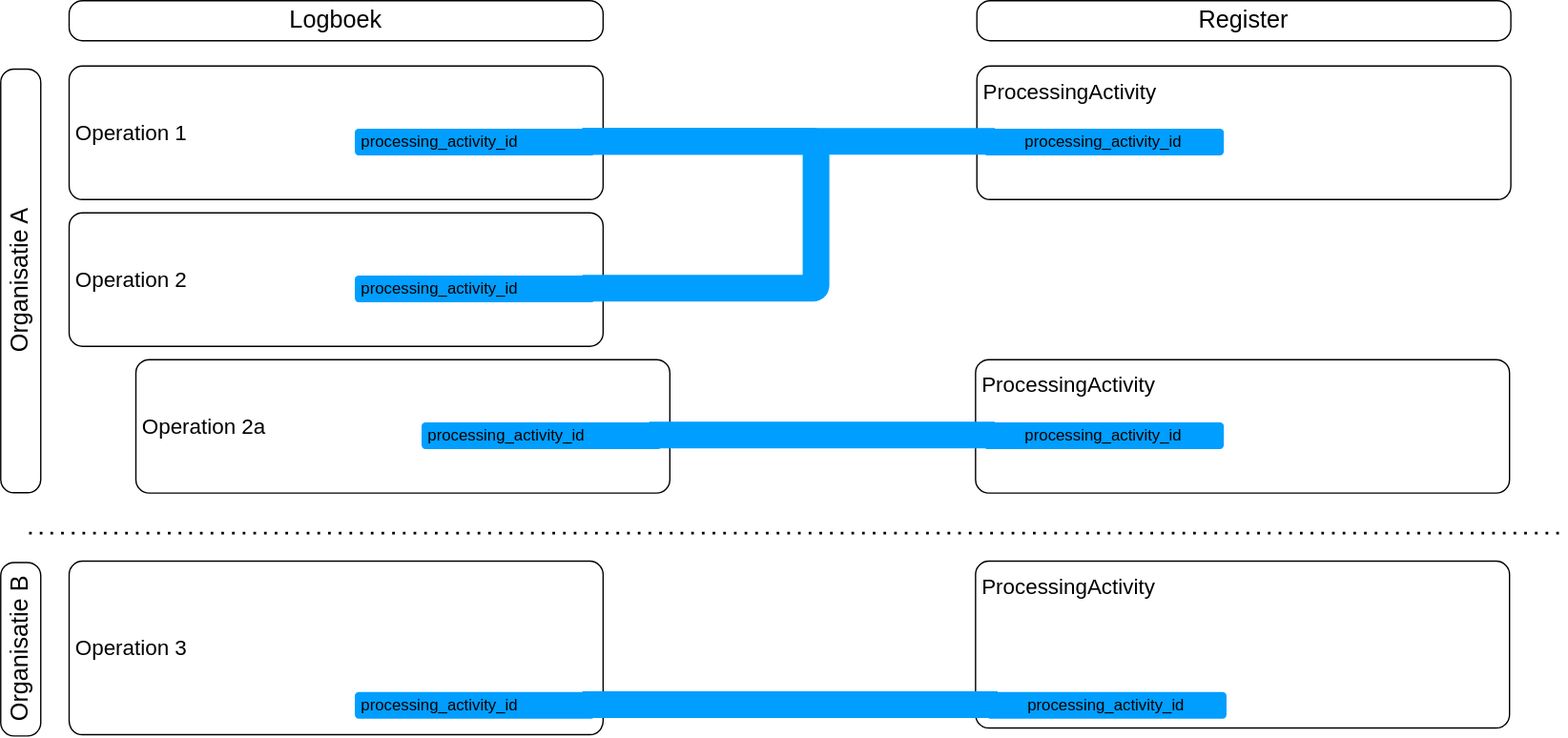
Earlier version of the draw.io export media/relatie_logboekelementen_afbeelding4.svg (Logius-standaarden/logboek-dataverwerkingen-inleiding). Source tidied: cells renumbered, new cells last; positions are measured from the earlier drawing's top-left corner, leaving out a move shared by most shapes.
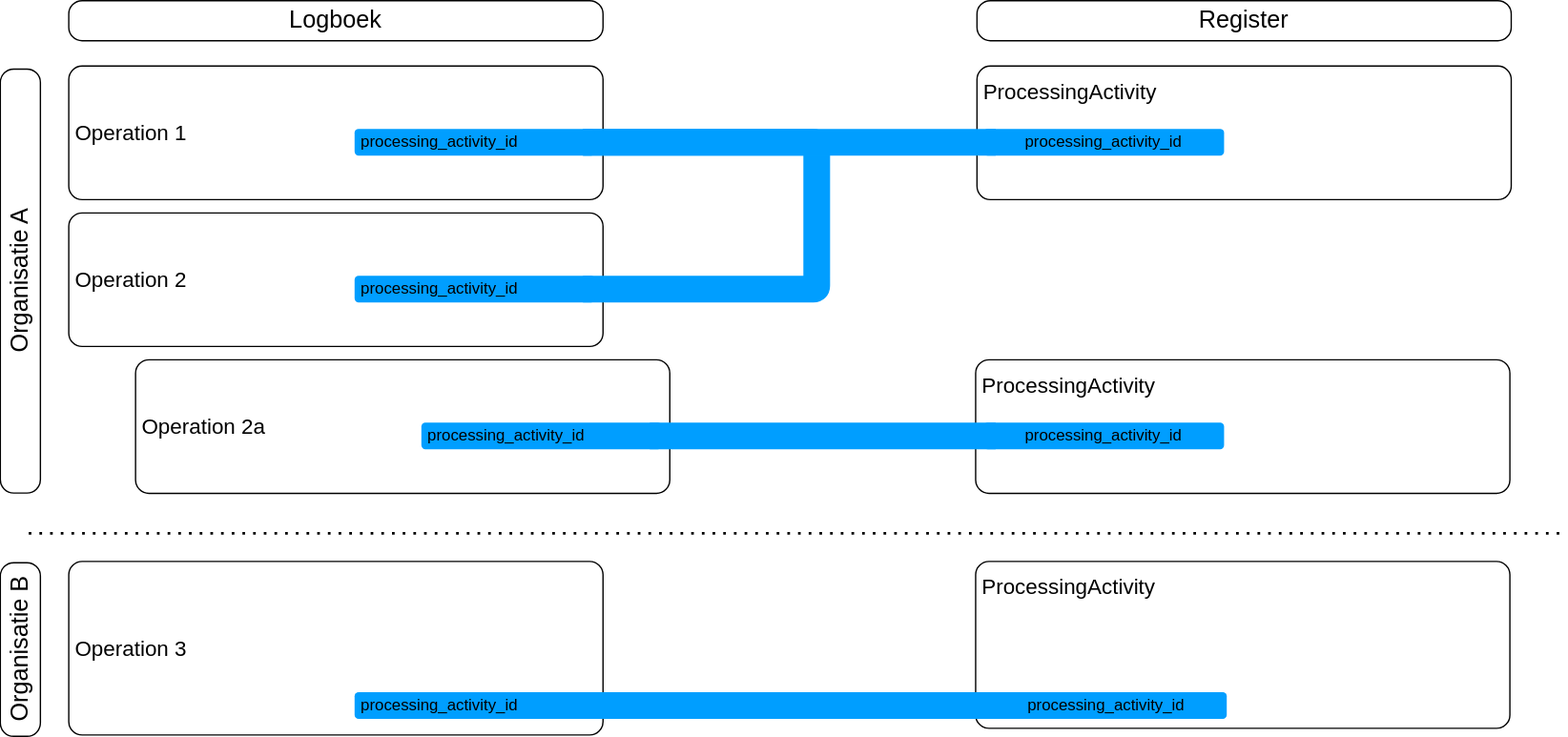
After the change.

The edit, as a diff of the source:
```diff
@@ -1,82 +1,82 @@
-<mxGraphModel>
+<mxGraphModel background="#ffffff">
   <root>
-    <mxCell id="0" />
-    <mxCell id="1" parent="0" />
+    <mxCell id="25" />
+    <mxCell id="26" parent="25" />
-    <mxCell id="2" value="Operation 2" style="rounded=1;whiteSpace=wrap;html=1;align=left;fontSize=16;spacing=5;absoluteArcSize=1;fillColor=none;" parent="1" vertex="1">
+    <mxCell id="2" value="Operation 2" style="rounded=1;whiteSpace=wrap;html=1;align=left;fontSize=16;spacing=5;absoluteArcSize=1;fillColor=none;" parent="26" vertex="1">
       <mxGeometry x="195" y="159" width="400" height="100" as="geometry" />
     </mxCell>
-    <mxCell id="3" value="ProcessingActivity" style="rounded=1;whiteSpace=wrap;html=1;align=left;fontSize=16;spacing=5;absoluteArcSize=1;verticalAlign=top;fillColor=none;" parent="1" vertex="1">
-      <mxGeometry x="875" y="49" width="400" height="100" as="geometry" />
-    </mxCell>
+    <mxCell id="27" value="ProcessingActivity" style="rounded=1;whiteSpace=wrap;html=1;align=left;fontSize=16;spacing=5;absoluteArcSize=1;verticalAlign=top;fillColor=none;" parent="26" vertex="1">
+      <mxGeometry x="875" y="49" width="400" height="100" as="geometry" />
+    </mxCell>
-    <mxCell id="4" value="Operation 1" style="rounded=1;whiteSpace=wrap;html=1;align=left;fontSize=16;spacing=5;absoluteArcSize=1;fillColor=none;" parent="1" vertex="1">
+    <mxCell id="4" value="Operation 1" style="rounded=1;whiteSpace=wrap;html=1;align=left;fontSize=16;spacing=5;absoluteArcSize=1;fillColor=none;" parent="26" vertex="1">
       <mxGeometry x="195" y="49" width="400" height="100" as="geometry" />
     </mxCell>
-    <mxCell id="5" value="Organisatie A" style="text;html=1;align=center;verticalAlign=middle;whiteSpace=wrap;rounded=1;rotation=-90;fontSize=18;fillColor=none;strokeColor=default;absoluteArcSize=1;" parent="1" vertex="1">
+    <mxCell id="5" value="Organisatie A" style="text;html=1;align=center;verticalAlign=middle;whiteSpace=wrap;rounded=1;rotation=-90;fontSize=18;fillColor=none;strokeColor=default;absoluteArcSize=1;" parent="26" vertex="1">
       <mxGeometry y="195" width="317.5" height="30" as="geometry" />
     </mxCell>
-    <mxCell id="6" value="Logboek" style="text;html=1;align=center;verticalAlign=middle;whiteSpace=wrap;rounded=1;rotation=0;fontSize=18;fillColor=none;strokeColor=default;absoluteArcSize=1;" parent="1" vertex="1">
+    <mxCell id="6" value="Logboek" style="text;html=1;align=center;verticalAlign=middle;whiteSpace=wrap;rounded=1;rotation=0;fontSize=18;fillColor=none;strokeColor=default;absoluteArcSize=1;" parent="26" vertex="1">
       <mxGeometry x="195" width="400" height="30" as="geometry" />
     </mxCell>
-    <mxCell id="7" value="Register" style="text;html=1;align=center;verticalAlign=middle;whiteSpace=wrap;rounded=1;rotation=0;fontSize=18;fillColor=none;strokeColor=default;absoluteArcSize=1;" parent="1" vertex="1">
+    <mxCell id="7" value="Register" style="text;html=1;align=center;verticalAlign=middle;whiteSpace=wrap;rounded=1;rotation=0;fontSize=18;fillColor=none;strokeColor=default;absoluteArcSize=1;" parent="26" vertex="1">
       <mxGeometry x="875" width="400" height="30" as="geometry" />
     </mxCell>
-    <mxCell id="8" style="edgeStyle=orthogonalEdgeStyle;rounded=1;jettySize=auto;html=1;entryX=0.95;entryY=0.5;entryDx=0;entryDy=0;entryPerimeter=0;endArrow=none;startFill=0;strokeWidth=20;exitX=0.95;exitY=0.5;exitDx=0;exitDy=0;exitPerimeter=0;strokeColor=#009EFF;curved=0;arcSize=5;" parent="1" edge="1" source="10" target="11">
-      <mxGeometry relative="1" as="geometry">
-        <Array as="points">
-          <mxPoint x="755" y="106" />
-          <mxPoint x="755" y="216" />
-        </Array>
-      </mxGeometry>
-    </mxCell>
-    <mxCell id="9" style="edgeStyle=orthogonalEdgeStyle;rounded=1;jettySize=auto;html=1;endArrow=none;startFill=0;strokeWidth=20;exitX=0.95;exitY=0.5;exitDx=0;exitDy=0;exitPerimeter=0;strokeColor=#009EFF;curved=0;arcSize=5;entryX=0.05;entryY=0.5;entryDx=0;entryDy=0;entryPerimeter=0;" parent="1" edge="1" source="10" target="12">
-      <mxGeometry relative="1" as="geometry" />
-    </mxCell>
-    <mxCell id="10" value="processing_activity_id" style="rounded=1;whiteSpace=wrap;html=1;strokeColor=none;fillColor=#009EFF;points=[[0,0,0,0,0],[0,0.25,0,0,0],[0,0.75,0,0,0],[0,1,0,0,0],[0.05,0.5,0,0,0],[0.25,0,0,0,0],[0.25,1,0,0,0],[0.5,0,0,0,0],[0.5,1,0,0,0],[0.75,0,0,0,0],[0.75,1,0,0,0],[0.95,0.5,0,0,0],[1,0,0,0,0],[1,0.25,0,0,0],[1,0.75,0,0,0],[1,1,0,0,0]];align=left;spacing=5;" parent="1" vertex="1">
-      <mxGeometry x="409" y="96" width="180" height="20" as="geometry" />
-    </mxCell>
-    <mxCell id="11" value="processing_activity_id" style="rounded=1;whiteSpace=wrap;html=1;strokeColor=none;fillColor=#009EFF;points=[[0,0,0,0,0],[0,0.25,0,0,0],[0,0.75,0,0,0],[0,1,0,0,0],[0.05,0.5,0,0,0],[0.25,0,0,0,0],[0.25,1,0,0,0],[0.5,0,0,0,0],[0.5,1,0,0,0],[0.75,0,0,0,0],[0.75,1,0,0,0],[0.95,0.5,0,0,0],[1,0,0,0,0],[1,0.25,0,0,0],[1,0.75,0,0,0],[1,1,0,0,0]];align=left;spacing=5;" parent="1" vertex="1">
-      <mxGeometry x="409" y="206" width="180" height="20" as="geometry" />
-    </mxCell>
-    <mxCell id="12" value="processing_activity_id" style="rounded=1;whiteSpace=wrap;html=1;strokeColor=none;fillColor=#009EFF;points=[[0,0,0,0,0],[0,0.25,0,0,0],[0,0.75,0,0,0],[0,1,0,0,0],[0.05,0.5,0,0,0],[0.25,0,0,0,0],[0.25,1,0,0,0],[0.5,0,0,0,0],[0.5,1,0,0,0],[0.75,0,0,0,0],[0.75,1,0,0,0],[0.95,0.5,0,0,0],[1,0,0,0,0],[1,0.25,0,0,0],[1,0.75,0,0,0],[1,1,0,0,0]];align=center;spacing=5;" parent="1" vertex="1">
-      <mxGeometry x="880" y="96" width="180" height="20" as="geometry" />
-    </mxCell>
+    <mxCell id="28" style="edgeStyle=orthogonalEdgeStyle;rounded=1;jettySize=auto;html=1;entryX=0.95;entryY=0.5;entryDx=0;entryDy=0;entryPerimeter=0;endArrow=none;startFill=0;strokeWidth=20;exitX=0.95;exitY=0.5;exitDx=0;exitDy=0;exitPerimeter=0;strokeColor=#009EFF;curved=0;arcSize=5;" parent="26" edge="1" source="30" target="31">
+      <mxGeometry relative="1" as="geometry">
+        <Array as="points">
+          <mxPoint x="755" y="106" />
+          <mxPoint x="755" y="216" />
+        </Array>
+      </mxGeometry>
+    </mxCell>
+    <mxCell id="29" style="edgeStyle=orthogonalEdgeStyle;rounded=1;jettySize=auto;html=1;endArrow=none;startFill=0;strokeWidth=20;exitX=0.95;exitY=0.5;exitDx=0;exitDy=0;exitPerimeter=0;strokeColor=#009EFF;curved=0;arcSize=5;entryX=0.05;entryY=0.5;entryDx=0;entryDy=0;entryPerimeter=0;" parent="26" edge="1" source="30" target="32">
+      <mxGeometry relative="1" as="geometry" />
+    </mxCell>
+    <mxCell id="30" value="processing_activity_id" style="rounded=1;whiteSpace=wrap;html=1;strokeColor=none;fillColor=#009EFF;points=[[0,0,0,0,0],[0,0.25,0,0,0],[0,0.75,0,0,0],[0,1,0,0,0],[0.05,0.5,0,0,0],[0.25,0,0,0,0],[0.25,1,0,0,0],[0.5,0,0,0,0],[0.5,1,0,0,0],[0.75,0,0,0,0],[0.75,1,0,0,0],[0.95,0.5,0,0,0],[1,0,0,0,0],[1,0.25,0,0,0],[1,0.75,0,0,0],[1,1,0,0,0]];align=left;spacing=5;" parent="26" vertex="1">
+      <mxGeometry x="409" y="96" width="180" height="20" as="geometry" />
+    </mxCell>
+    <mxCell id="31" value="processing_activity_id" style="rounded=1;whiteSpace=wrap;html=1;strokeColor=none;fillColor=#009EFF;points=[[0,0,0,0,0],[0,0.25,0,0,0],[0,0.75,0,0,0],[0,1,0,0,0],[0.05,0.5,0,0,0],[0.25,0,0,0,0],[0.25,1,0,0,0],[0.5,0,0,0,0],[0.5,1,0,0,0],[0.75,0,0,0,0],[0.75,1,0,0,0],[0.95,0.5,0,0,0],[1,0,0,0,0],[1,0.25,0,0,0],[1,0.75,0,0,0],[1,1,0,0,0]];align=left;spacing=5;" parent="26" vertex="1">
+      <mxGeometry x="409" y="206" width="180" height="20" as="geometry" />
+    </mxCell>
+    <mxCell id="32" value="processing_activity_id" style="rounded=1;whiteSpace=wrap;html=1;strokeColor=none;fillColor=#009EFF;points=[[0,0,0,0,0],[0,0.25,0,0,0],[0,0.75,0,0,0],[0,1,0,0,0],[0.05,0.5,0,0,0],[0.25,0,0,0,0],[0.25,1,0,0,0],[0.5,0,0,0,0],[0.5,1,0,0,0],[0.75,0,0,0,0],[0.75,1,0,0,0],[0.95,0.5,0,0,0],[1,0,0,0,0],[1,0.25,0,0,0],[1,0.75,0,0,0],[1,1,0,0,0]];align=center;spacing=5;" parent="26" vertex="1">
+      <mxGeometry x="880" y="96" width="180" height="20" as="geometry" />
+    </mxCell>
-    <mxCell id="13" value="Operation 2a" style="rounded=1;whiteSpace=wrap;html=1;align=left;fontSize=16;spacing=5;absoluteArcSize=1;fillColor=none;" parent="1" vertex="1">
+    <mxCell id="13" value="Operation 2a" style="rounded=1;whiteSpace=wrap;html=1;align=left;fontSize=16;spacing=5;absoluteArcSize=1;fillColor=none;" parent="26" vertex="1">
       <mxGeometry x="245" y="269" width="400" height="100" as="geometry" />
     </mxCell>
-    <mxCell id="14" value="ProcessingActivity" style="rounded=1;whiteSpace=wrap;html=1;align=left;fontSize=16;spacing=5;absoluteArcSize=1;verticalAlign=top;fillColor=none;" parent="1" vertex="1">
-      <mxGeometry x="874" y="269" width="400" height="100" as="geometry" />
-    </mxCell>
-    <mxCell id="15" style="edgeStyle=orthogonalEdgeStyle;rounded=1;jettySize=auto;html=1;endArrow=none;startFill=0;strokeWidth=20;strokeColor=#009EFF;curved=0;arcSize=5;exitX=0.05;exitY=0.5;exitDx=0;exitDy=0;exitPerimeter=0;entryX=0.95;entryY=0.5;entryDx=0;entryDy=0;entryPerimeter=0;" parent="1" edge="1" source="17" target="16">
-      <mxGeometry relative="1" as="geometry" />
-    </mxCell>
-    <mxCell id="16" value="processing_activity_id" style="rounded=1;whiteSpace=wrap;html=1;strokeColor=none;fillColor=#009EFF;points=[[0,0,0,0,0],[0,0.25,0,0,0],[0,0.75,0,0,0],[0,1,0,0,0],[0.05,0.5,0,0,0],[0.25,0,0,0,0],[0.25,1,0,0,0],[0.5,0,0,0,0],[0.5,1,0,0,0],[0.75,0,0,0,0],[0.75,1,0,0,0],[0.95,0.5,0,0,0],[1,0,0,0,0],[1,0.25,0,0,0],[1,0.75,0,0,0],[1,1,0,0,0]];align=left;spacing=5;" parent="1" vertex="1">
-      <mxGeometry x="459" y="316" width="180" height="20" as="geometry" />
-    </mxCell>
-    <mxCell id="17" value="processing_activity_id" style="rounded=1;whiteSpace=wrap;html=1;strokeColor=none;fillColor=#009EFF;points=[[0,0,0,0,0],[0,0.25,0,0,0],[0,0.75,0,0,0],[0,1,0,0,0],[0.05,0.5,0,0,0],[0.25,0,0,0,0],[0.25,1,0,0,0],[0.5,0,0,0,0],[0.5,1,0,0,0],[0.75,0,0,0,0],[0.75,1,0,0,0],[0.95,0.5,0,0,0],[1,0,0,0,0],[1,0.25,0,0,0],[1,0.75,0,0,0],[1,1,0,0,0]];align=center;spacing=5;" parent="1" vertex="1">
-      <mxGeometry x="880" y="316" width="180" height="20" as="geometry" />
-    </mxCell>
+    <mxCell id="33" value="ProcessingActivity" style="rounded=1;whiteSpace=wrap;html=1;align=left;fontSize=16;spacing=5;absoluteArcSize=1;verticalAlign=top;fillColor=none;" parent="26" vertex="1">
+      <mxGeometry x="874" y="269" width="400" height="100" as="geometry" />
+    </mxCell>
+    <mxCell id="34" style="edgeStyle=orthogonalEdgeStyle;rounded=1;jettySize=auto;html=1;endArrow=none;startFill=0;strokeWidth=20;strokeColor=#009EFF;curved=0;arcSize=5;exitX=0.05;exitY=0.5;exitDx=0;exitDy=0;exitPerimeter=0;entryX=0.95;entryY=0.5;entryDx=0;entryDy=0;entryPerimeter=0;" parent="26" edge="1" source="36" target="35">
+      <mxGeometry relative="1" as="geometry" />
+    </mxCell>
+    <mxCell id="35" value="processing_activity_id" style="rounded=1;whiteSpace=wrap;html=1;strokeColor=none;fillColor=#009EFF;points=[[0,0,0,0,0],[0,0.25,0,0,0],[0,0.75,0,0,0],[0,1,0,0,0],[0.05,0.5,0,0,0],[0.25,0,0,0,0],[0.25,1,0,0,0],[0.5,0,0,0,0],[0.5,1,0,0,0],[0.75,0,0,0,0],[0.75,1,0,0,0],[0.95,0.5,0,0,0],[1,0,0,0,0],[1,0.25,0,0,0],[1,0.75,0,0,0],[1,1,0,0,0]];align=left;spacing=5;" parent="26" vertex="1">
+      <mxGeometry x="459" y="316" width="180" height="20" as="geometry" />
+    </mxCell>
+    <mxCell id="36" value="processing_activity_id" style="rounded=1;whiteSpace=wrap;html=1;strokeColor=none;fillColor=#009EFF;points=[[0,0,0,0,0],[0,0.25,0,0,0],[0,0.75,0,0,0],[0,1,0,0,0],[0.05,0.5,0,0,0],[0.25,0,0,0,0],[0.25,1,0,0,0],[0.5,0,0,0,0],[0.5,1,0,0,0],[0.75,0,0,0,0],[0.75,1,0,0,0],[0.95,0.5,0,0,0],[1,0,0,0,0],[1,0.25,0,0,0],[1,0.75,0,0,0],[1,1,0,0,0]];align=center;spacing=5;" parent="26" vertex="1">
+      <mxGeometry x="880" y="316" width="180" height="20" as="geometry" />
+    </mxCell>
-    <mxCell id="18" value="Operation 3" style="rounded=1;whiteSpace=wrap;html=1;align=left;fontSize=16;spacing=5;absoluteArcSize=1;fillColor=none;" parent="1" vertex="1">
+    <mxCell id="18" value="Operation 3" style="rounded=1;whiteSpace=wrap;html=1;align=left;fontSize=16;spacing=5;absoluteArcSize=1;fillColor=none;" parent="26" vertex="1">
       <mxGeometry x="195" y="420" width="400" height="130" as="geometry" />
     </mxCell>
-    <mxCell id="19" value="ProcessingActivity" style="rounded=1;whiteSpace=wrap;html=1;align=left;fontSize=16;spacing=5;absoluteArcSize=1;verticalAlign=top;fillColor=none;" parent="1" vertex="1">
-      <mxGeometry x="874" y="420" width="400" height="125" as="geometry" />
-    </mxCell>
-    <mxCell id="20" style="endArrow=none;dashed=1;html=1;dashPattern=1 3;strokeWidth=2;rounded=0;" parent="1" edge="1">
-      <mxGeometry relative="1" as="geometry">
-        <mxPoint x="165" y="399" as="sourcePoint" />
-        <mxPoint x="1315" y="399" as="targetPoint" />
-      </mxGeometry>
-    </mxCell>
-    <mxCell id="21" value="processing_activity_id" style="rounded=1;whiteSpace=wrap;html=1;strokeColor=none;fillColor=#009EFF;points=[[0,0,0,0,0],[0,0.25,0,0,0],[0,0.75,0,0,0],[0,1,0,0,0],[0.05,0.5,0,0,0],[0.25,0,0,0,0],[0.25,1,0,0,0],[0.5,0,0,0,0],[0.5,1,0,0,0],[0.75,0,0,0,0],[0.75,1,0,0,0],[0.95,0.5,0,0,0],[1,0,0,0,0],[1,0.25,0,0,0],[1,0.75,0,0,0],[1,1,0,0,0]];align=left;spacing=5;" parent="1" vertex="1">
-      <mxGeometry x="409" y="518" width="180" height="20" as="geometry" />
-    </mxCell>
-    <mxCell id="22" value="processing_activity_id" style="rounded=1;whiteSpace=wrap;html=1;strokeColor=none;fillColor=#009EFF;points=[[0,0,0,0,0],[0,0.25,0,0,0],[0,0.75,0,0,0],[0,1,0,0,0],[0.05,0.5,0,0,0],[0.25,0,0,0,0],[0.25,1,0,0,0],[0.5,0,0,0,0],[0.5,1,0,0,0],[0.75,0,0,0,0],[0.75,1,0,0,0],[0.95,0.5,0,0,0],[1,0,0,0,0],[1,0.25,0,0,0],[1,0.75,0,0,0],[1,1,0,0,0]];align=center;spacing=5;" parent="1" vertex="1">
-      <mxGeometry x="882" y="518" width="180" height="20" as="geometry" />
-    </mxCell>
-    <mxCell id="23" style="edgeStyle=orthogonalEdgeStyle;rounded=1;jettySize=auto;html=1;entryX=0.95;entryY=0.5;entryDx=0;entryDy=0;entryPerimeter=0;endArrow=none;startFill=0;strokeWidth=20;exitX=0.05;exitY=0.5;exitDx=0;exitDy=0;exitPerimeter=0;strokeColor=#009EFF;curved=0;arcSize=5;" parent="1" edge="1" source="22" target="21">
-      <mxGeometry relative="1" as="geometry" />
-    </mxCell>
+    <mxCell id="37" value="ProcessingActivity" style="rounded=1;whiteSpace=wrap;html=1;align=left;fontSize=16;spacing=5;absoluteArcSize=1;verticalAlign=top;fillColor=none;" parent="26" vertex="1">
+      <mxGeometry x="874" y="420" width="400" height="125" as="geometry" />
+    </mxCell>
+    <mxCell id="38" style="endArrow=none;dashed=1;html=1;dashPattern=1 3;strokeWidth=2;rounded=0;" parent="26" edge="1">
+      <mxGeometry relative="1" as="geometry">
+        <mxPoint x="165" y="399" as="sourcePoint" />
+        <mxPoint x="1315" y="399" as="targetPoint" />
+      </mxGeometry>
+    </mxCell>
+    <mxCell id="39" value="processing_activity_id" style="rounded=1;whiteSpace=wrap;html=1;strokeColor=none;fillColor=#009EFF;points=[[0,0,0,0,0],[0,0.25,0,0,0],[0,0.75,0,0,0],[0,1,0,0,0],[0.05,0.5,0,0,0],[0.25,0,0,0,0],[0.25,1,0,0,0],[0.5,0,0,0,0],[0.5,1,0,0,0],[0.75,0,0,0,0],[0.75,1,0,0,0],[0.95,0.5,0,0,0],[1,0,0,0,0],[1,0.25,0,0,0],[1,0.75,0,0,0],[1,1,0,0,0]];align=left;spacing=5;" parent="26" vertex="1">
+      <mxGeometry x="409" y="518" width="180" height="20" as="geometry" />
+    </mxCell>
+    <mxCell id="40" value="processing_activity_id" style="rounded=1;whiteSpace=wrap;html=1;strokeColor=none;fillColor=#009EFF;points=[[0,0,0,0,0],[0,0.25,0,0,0],[0,0.75,0,0,0],[0,1,0,0,0],[0.05,0.5,0,0,0],[0.25,0,0,0,0],[0.25,1,0,0,0],[0.5,0,0,0,0],[0.5,1,0,0,0],[0.75,0,0,0,0],[0.75,1,0,0,0],[0.95,0.5,0,0,0],[1,0,0,0,0],[1,0.25,0,0,0],[1,0.75,0,0,0],[1,1,0,0,0]];align=center;spacing=5;" parent="26" vertex="1">
+      <mxGeometry x="882" y="518" width="180" height="20" as="geometry" />
+    </mxCell>
+    <mxCell id="41" style="edgeStyle=orthogonalEdgeStyle;rounded=1;jettySize=auto;html=1;entryX=0.95;entryY=0.5;entryDx=0;entryDy=0;entryPerimeter=0;endArrow=none;startFill=0;strokeWidth=20;exitX=0.05;exitY=0.5;exitDx=0;exitDy=0;exitPerimeter=0;strokeColor=#009EFF;curved=0;arcSize=5;" parent="26" edge="1" source="40" target="39">
+      <mxGeometry relative="1" as="geometry" />
+    </mxCell>
-    <mxCell id="24" value="Organisatie B" style="text;html=1;align=center;verticalAlign=middle;whiteSpace=wrap;rounded=1;rotation=-90;fontSize=18;fillColor=none;strokeColor=default;absoluteArcSize=1;" parent="1" vertex="1">
+    <mxCell id="24" value="Organisatie B" style="text;html=1;align=center;verticalAlign=middle;whiteSpace=wrap;rounded=1;rotation=-90;fontSize=18;fillColor=none;strokeColor=default;absoluteArcSize=1;" parent="26" vertex="1">
       <mxGeometry x="93.8" y="471" width="130" height="30" as="geometry" />
     </mxCell>
   </root>
```
